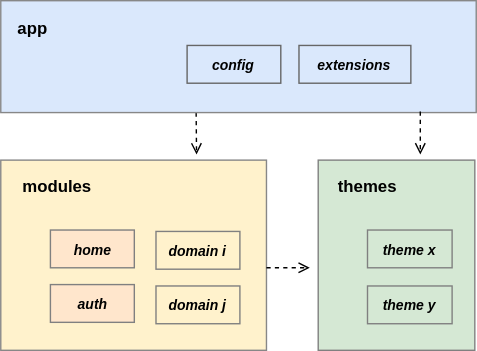
MalcomChumchouaPenda/Pigal-Flask keeps this draw.io diagram as docs/diagrams/pigal_project_architecture.drawio.svg. Above is the earlier version. Source tidied: cells renumbered, new cells last; positions are measured from the earlier drawing's top-left corner, leaving out a move shared by most shapes.
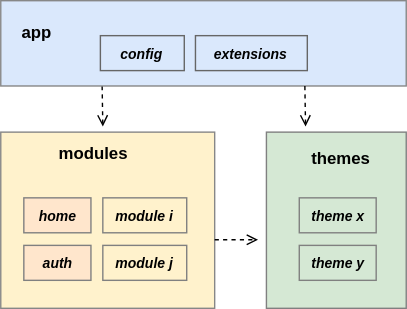
After the change.

The edit, as a diff of the source:
```diff
@@ -3,63 +3,61 @@
     <mxCell id="0" />
     <mxCell id="1" parent="0" />
     <mxCell id="2" style="rounded=0;whiteSpace=wrap;html=1;fillColor=#fff2cc;strokeColor=#878787;fontSize=12;" parent="1" vertex="1">
-      <mxGeometry y="114" width="190" height="136" as="geometry" />
+      <mxGeometry x="40" y="114" width="153" height="126" as="geometry" />
     </mxCell>
-    <mxCell id="3" style="rounded=0;orthogonalLoop=1;jettySize=auto;html=1;dashed=1;endArrow=open;endFill=0;fontSize=12;startArrow=none;startFill=0;exitX=0.287;exitY=1;exitDx=0;exitDy=0;exitPerimeter=0;" parent="1" edge="1">
+    <mxCell id="3" style="rounded=0;jettySize=auto;html=1;dashed=1;endArrow=open;endFill=0;fontSize=12;startArrow=none;startFill=0;exitX=0.25;exitY=1;exitDx=0;exitDy=0;" parent="1" edge="1" source="4">
       <mxGeometry relative="1" as="geometry">
-        <mxPoint x="139.7" y="80" as="sourcePoint" />
-        <mxPoint x="140" y="110" as="targetPoint" />
+        <mxPoint x="113" y="110" as="targetPoint" />
       </mxGeometry>
     </mxCell>
     <mxCell id="4" style="rounded=0;whiteSpace=wrap;html=1;fillColor=#dae8fc;fontStyle=1;fontSize=12;strokeColor=#878787;" parent="1" vertex="1">
-      <mxGeometry width="340" height="80" as="geometry" />
+      <mxGeometry x="40" y="20" width="290" height="61" as="geometry" />
     </mxCell>
     <mxCell id="5" value="modules" style="text;html=1;strokeColor=none;fillColor=none;align=center;verticalAlign=middle;whiteSpace=wrap;rounded=0;fontStyle=1;fontSize=12;" parent="1" vertex="1">
-      <mxGeometry x="4" y="118" width="73" height="30" as="geometry" />
+      <mxGeometry x="70" y="115" width="73" height="30" as="geometry" />
     </mxCell>
-    <mxCell id="6" value="domain j" style="rounded=0;whiteSpace=wrap;html=1;fillColor=none;fontStyle=3;fontSize=10;strokeColor=#808080;strokeWidth=1;" parent="1" vertex="1">
-      <mxGeometry x="111" y="204" width="60" height="27" as="geometry" />
+    <mxCell id="6" value="module j" style="rounded=0;whiteSpace=wrap;html=1;fillColor=none;fontStyle=3;fontSize=10;strokeColor=#808080;strokeWidth=1;" parent="1" vertex="1">
+      <mxGeometry x="113" y="195" width="60" height="25" as="geometry" />
     </mxCell>
     <mxCell id="7" value="app" style="text;html=1;strokeColor=none;fillColor=none;align=center;verticalAlign=middle;whiteSpace=wrap;rounded=0;fontStyle=1;fontSize=12;" parent="1" vertex="1">
-      <mxGeometry x="4.5" y="5" width="35.5" height="30" as="geometry" />
+      <mxGeometry x="48" y="28" width="35.5" height="30" as="geometry" />
     </mxCell>
-    <mxCell id="8" value="domain i" style="rounded=0;whiteSpace=wrap;html=1;fillColor=none;fontStyle=3;fontSize=10;strokeColor=#808080;strokeWidth=1;" parent="1" vertex="1">
-      <mxGeometry x="111" y="165" width="60" height="27" as="geometry" />
+    <mxCell id="8" value="module i" style="rounded=0;whiteSpace=wrap;html=1;fillColor=none;fontStyle=3;fontSize=10;strokeColor=#808080;strokeWidth=1;" parent="1" vertex="1">
+      <mxGeometry x="113" y="161" width="60" height="25" as="geometry" />
     </mxCell>
     <mxCell id="9" value="config" style="rounded=0;whiteSpace=wrap;html=1;fillColor=#dae8fc;fontStyle=3;fontSize=10;strokeColor=#666666;strokeWidth=1;" parent="1" vertex="1">
-      <mxGeometry x="133.2" y="32" width="67" height="27" as="geometry" />
+      <mxGeometry x="111.2" y="45" width="60" height="25" as="geometry" />
     </mxCell>
     <mxCell id="10" value="extensions" style="rounded=0;whiteSpace=wrap;html=1;fillColor=#dae8fc;fontStyle=3;fontSize=10;strokeColor=#666666;strokeWidth=1;" parent="1" vertex="1">
-      <mxGeometry x="213.2" y="32" width="80" height="27" as="geometry" />
+      <mxGeometry x="179.2" y="45" width="80" height="25" as="geometry" />
     </mxCell>
     <mxCell id="11" value="home" style="rounded=0;whiteSpace=wrap;html=1;fillColor=#FFE6CC;fontStyle=3;fontSize=10;strokeColor=#808080;strokeWidth=1;" parent="1" vertex="1">
-      <mxGeometry x="35.5" y="164" width="60" height="27" as="geometry" />
+      <mxGeometry x="56.5" y="161" width="48" height="25" as="geometry" />
     </mxCell>
     <mxCell id="12" value="auth" style="rounded=0;whiteSpace=wrap;html=1;fillColor=#FFE6CC;fontStyle=3;fontSize=10;strokeColor=#808080;strokeWidth=1;" parent="1" vertex="1">
-      <mxGeometry x="35.5" y="203" width="60" height="27" as="geometry" />
+      <mxGeometry x="56.5" y="195" width="48" height="25" as="geometry" />
     </mxCell>
     <mxCell id="13" style="rounded=0;whiteSpace=wrap;html=1;fillColor=#d5e8d4;strokeColor=#808080;fontSize=12;" parent="1" vertex="1">
-      <mxGeometry x="227" y="114" width="112" height="136" as="geometry" />
+      <mxGeometry x="230" y="114" width="100" height="126" as="geometry" />
     </mxCell>
     <mxCell id="14" value="themes" style="text;html=1;strokeColor=none;fillColor=none;align=center;verticalAlign=middle;whiteSpace=wrap;rounded=0;fontStyle=1;fontSize=12;" parent="1" vertex="1">
-      <mxGeometry x="229" y="118" width="67" height="30" as="geometry" />
+      <mxGeometry x="250" y="118" width="67" height="30" as="geometry" />
     </mxCell>
     <mxCell id="15" value="theme x" style="rounded=0;whiteSpace=wrap;html=1;fillColor=none;fontStyle=3;fontSize=10;strokeColor=#808080;strokeWidth=1;" parent="1" vertex="1">
-      <mxGeometry x="262.2" y="164" width="60.5" height="27" as="geometry" />
+      <mxGeometry x="253.5" y="161" width="55" height="25" as="geometry" />
     </mxCell>
     <mxCell id="16" value="theme y" style="rounded=0;whiteSpace=wrap;html=1;fillColor=none;fontStyle=3;fontSize=10;strokeColor=#808080;strokeWidth=1;" parent="1" vertex="1">
-      <mxGeometry x="262.2" y="204" width="60.5" height="27" as="geometry" />
+      <mxGeometry x="253.5" y="195" width="55" height="25" as="geometry" />
     </mxCell>
-    <mxCell id="17" style="rounded=0;orthogonalLoop=1;jettySize=auto;html=1;dashed=1;endArrow=open;endFill=0;fontSize=12;startArrow=none;startFill=0;exitX=0.837;exitY=0.99;exitDx=0;exitDy=0;exitPerimeter=0;" parent="1" edge="1">
+    <mxCell id="17" style="rounded=0;jettySize=auto;html=1;dashed=1;endArrow=open;endFill=0;fontSize=12;startArrow=none;startFill=0;exitX=0.75;exitY=1;exitDx=0;exitDy=0;" parent="1" edge="1" source="4">
       <mxGeometry relative="1" as="geometry">
-        <mxPoint x="300" y="79.2" as="sourcePoint" />
-        <mxPoint x="300" y="110" as="targetPoint" />
+        <mxPoint x="258" y="110" as="targetPoint" />
       </mxGeometry>
     </mxCell>
     <mxCell id="18" style="rounded=0;orthogonalLoop=1;jettySize=auto;html=1;dashed=1;endArrow=open;endFill=0;fontSize=12;startArrow=none;startFill=0;exitX=1;exitY=0.5;exitDx=0;exitDy=0;entryX=0;entryY=0.5;entryDx=0;entryDy=0;" parent="1" edge="1">
       <mxGeometry relative="1" as="geometry">
-        <mxPoint x="190" y="191" as="sourcePoint" />
-        <mxPoint x="221" y="191" as="targetPoint" />
+        <mxPoint x="193" y="191" as="sourcePoint" />
+        <mxPoint x="224" y="191" as="targetPoint" />
       </mxGeometry>
     </mxCell>
   </root>
```
